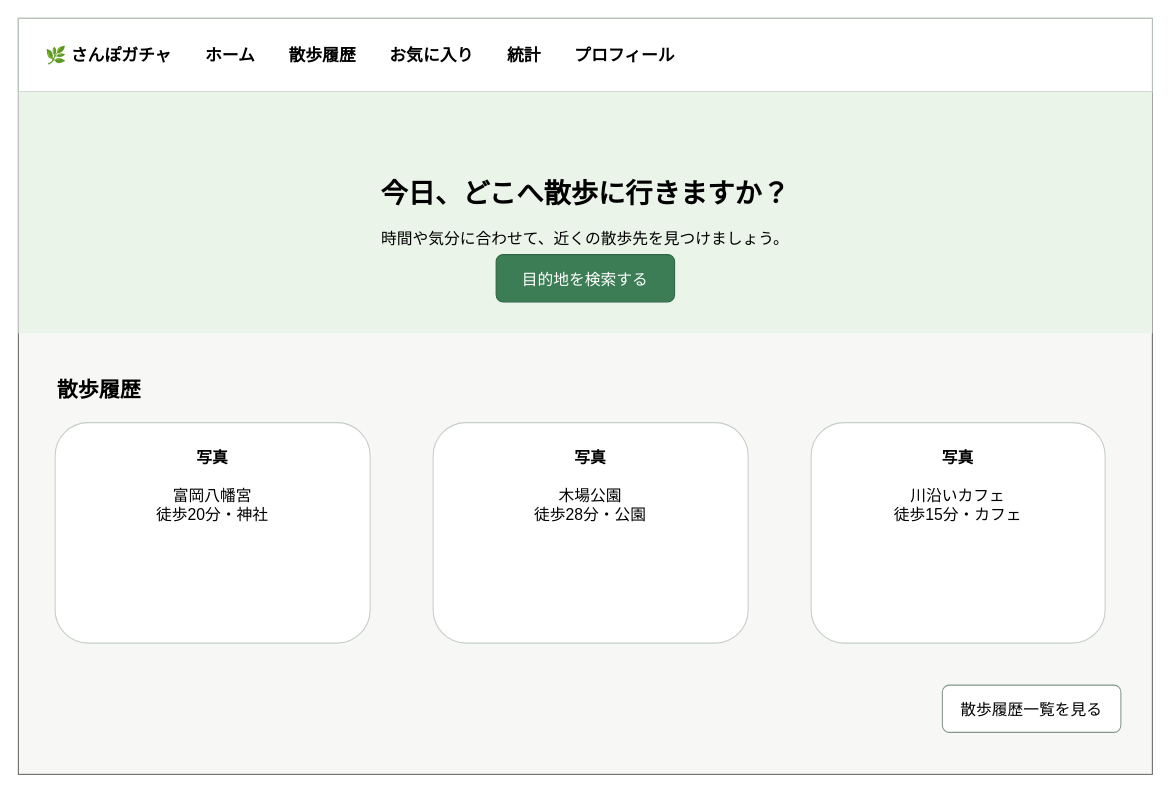
This is page "05_ホーム" (5 of 17) of docs/sanpogacha.drawio from study-basic-hackathon/sanpo-gacha, a draw.io file, before an edit. Source tidied: cells renumbered, new cells numbered last; positions are measured from the earlier drawing's top-left corner, leaving out a move shared by most shapes. Both pictures are drawn from the tidied source at 105%, with x=0, y=0 at pixel (18, 18).
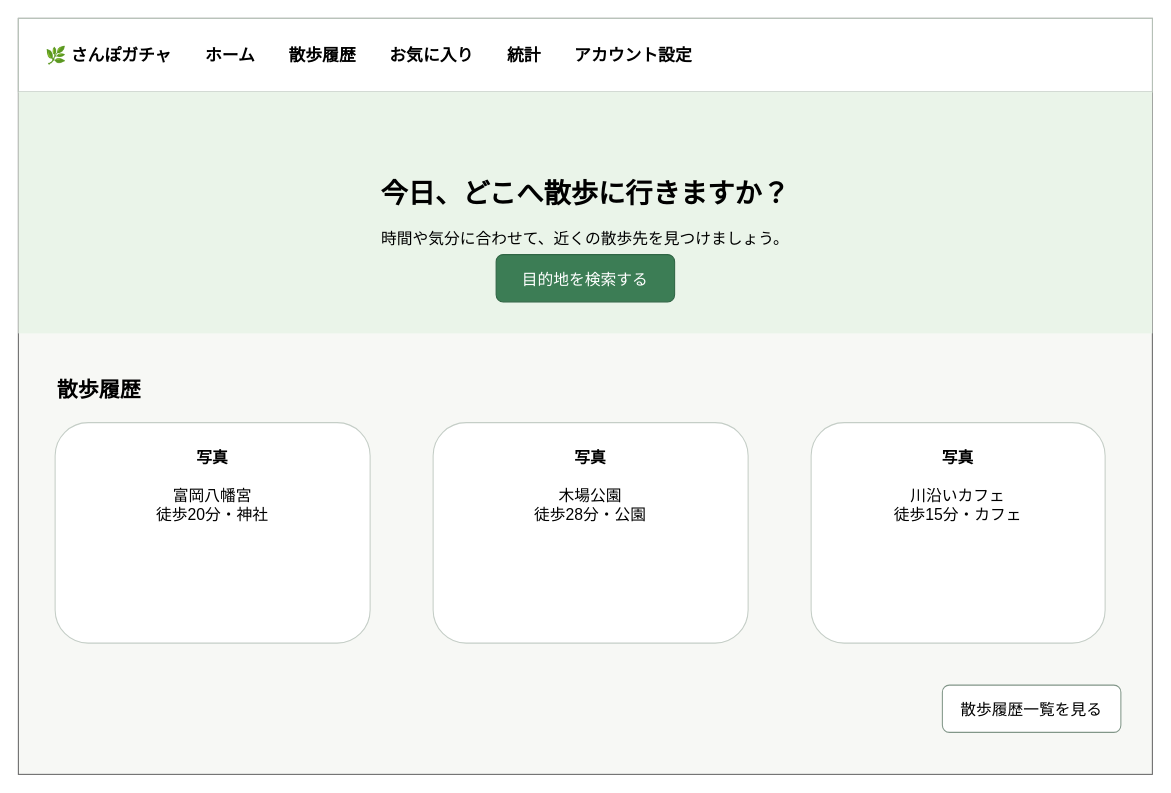
Above is the later version.

Change to the diagram source:
```diff
@@
 <mxGraphModel>
   <root>
     <mxCell id="0" />
     <mxCell id="1" parent="0" />
     <mxCell id="2" style="rounded=0;whiteSpace=wrap;html=1;fillColor=#f7f8f5;strokeColor=#666666;" parent="1" vertex="1">
       <mxGeometry width="1080" height="720" as="geometry" />
     </mxCell>
-    <mxCell id="3" value="🌿 さんぽガチャ　　ホーム　　散歩履歴　　お気に入り　　統計　　プロフィール" style="rounded=0;whiteSpace=wrap;html=1;align=left;spacingLeft=24;fontSize=16;fontStyle=1;fillColor=#ffffff;strokeColor=#b7c2b9;" parent="1" vertex="1">
+    <mxCell id="3" value="🌿 さんぽガチャ　　ホーム　　散歩履歴　　お気に入り　　統計　　アカウント設定" style="rounded=0;whiteSpace=wrap;html=1;align=left;spacingLeft=24;fontSize=16;fontStyle=1;fillColor=#ffffff;strokeColor=#b7c2b9;" parent="1" vertex="1">
       <mxGeometry width="1080" height="70" as="geometry" />
     </mxCell>
     <mxCell id="4" value="&lt;b style=&quot;font-size:26px&quot;&gt;今日、どこへ散歩に行きますか？&lt;/b&gt;&lt;br&gt;&lt;br&gt;時間や気分に合わせて、近くの散歩先を見つけましょう。" style="rounded=0;whiteSpace=wrap;html=1;fillColor=#eaf4e9;strokeColor=none;align=center;verticalAlign=middle;fontSize=15;" parent="1" vertex="1">
       <mxGeometry y="70" width="1080" height="230" as="geometry" />
     </mxCell>
     <mxCell id="5" value="目的地を検索する" style="rounded=1;whiteSpace=wrap;html=1;fillColor=#3c7d55;fontColor=#ffffff;strokeColor=#2f6544;fontSize=15;" parent="1" vertex="1">
       <mxGeometry x="455" y="225" width="170" height="45" as="geometry" />
     </mxCell>
     <mxCell id="6" value="散歩履歴一覧を見る" style="rounded=1;whiteSpace=wrap;html=1;fillColor=#ffffff;strokeColor=#829789;fontSize=15;" parent="1" vertex="1">
       <mxGeometry x="880" y="635" width="170" height="45" as="geometry" />
     </mxCell>
     <mxCell id="7" value="散歩履歴" style="text;html=1;fontSize=20;fontStyle=1;align=left;" parent="1" vertex="1">
       <mxGeometry x="35" y="335" width="240" height="35" as="geometry" />
     </mxCell>
     <mxCell id="8" value="&lt;b&gt;写真&lt;/b&gt;&lt;br&gt;&lt;br&gt;富岡八幡宮&lt;br&gt;徒歩20分・神社" style="rounded=1;whiteSpace=wrap;html=1;fillColor=#ffffff;strokeColor=#c5cec7;verticalAlign=top;spacingTop=18;fontSize=15;" parent="1" vertex="1">
       <mxGeometry x="35" y="385" width="300" height="210" as="geometry" />
     </mxCell>
     <mxCell id="9" value="&lt;b&gt;写真&lt;/b&gt;&lt;br&gt;&lt;br&gt;木場公園&lt;br&gt;徒歩28分・公園" style="rounded=1;whiteSpace=wrap;html=1;fillColor=#ffffff;strokeColor=#c5cec7;verticalAlign=top;spacingTop=18;fontSize=15;" parent="1" vertex="1">
       <mxGeometry x="395" y="385" width="300" height="210" as="geometry" />
     </mxCell>
     <mxCell id="10" value="&lt;b&gt;写真&lt;/b&gt;&lt;br&gt;&lt;br&gt;川沿いカフェ&lt;br&gt;徒歩15分・カフェ" style="rounded=1;whiteSpace=wrap;html=1;fillColor=#ffffff;strokeColor=#c5cec7;verticalAlign=top;spacingTop=18;fontSize=15;" parent="1" vertex="1">
       <mxGeometry x="755" y="385" width="280" height="210" as="geometry" />
     </mxCell>
   </root>
 </mxGraphModel>
```
